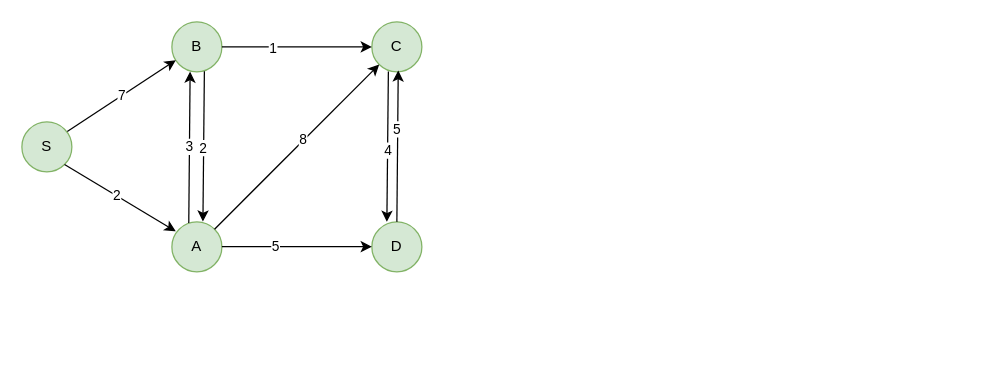
mahendra49/draw-io keeps this draw.io diagram as Dijktras.drawio. Above is the earlier version. Source tidied: cells renumbered, new cells numbered last; positions are measured from the earlier drawing's top-left corner, leaving out a move shared by most shapes. Both pictures are drawn from the tidied source at 125%, with x=0, y=0 at pixel (21, 21).
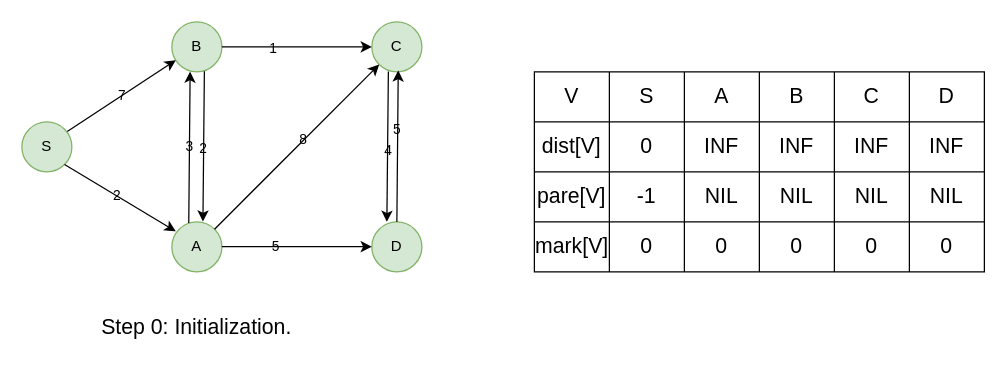
Above is the later version.

Diff of the diagram source:
```diff
@@
-    <mxCell id="2" value="S" style="ellipse;whiteSpace=wrap;html=1;fillColor=#d5e8d4;strokeColor=#82b366;" parent="1" vertex="1">
+    <mxCell id="2" value="S" style="ellipse;whiteSpace=wrap;html=1;fillColor=#d5e8d4;strokeColor=#82b366;labelBackgroundColor=none;" parent="1" vertex="1">
       <mxGeometry y="80" width="40" height="40" as="geometry" />
     </mxCell>
-    <mxCell id="3" value="B" style="ellipse;whiteSpace=wrap;html=1;fillColor=#d5e8d4;strokeColor=#82b366;" parent="1" vertex="1">
+    <mxCell id="3" value="B" style="ellipse;whiteSpace=wrap;html=1;fillColor=#d5e8d4;strokeColor=#82b366;labelBackgroundColor=none;" parent="1" vertex="1">
       <mxGeometry x="120" width="40" height="40" as="geometry" />
     </mxCell>
-    <mxCell id="4" value="A" style="ellipse;whiteSpace=wrap;html=1;fillColor=#d5e8d4;strokeColor=#82b366;" parent="1" vertex="1">
+    <mxCell id="4" value="A" style="ellipse;whiteSpace=wrap;html=1;fillColor=#d5e8d4;strokeColor=#82b366;labelBackgroundColor=none;" parent="1" vertex="1">
       <mxGeometry x="120" y="160" width="40" height="40" as="geometry" />
     </mxCell>
-    <mxCell id="5" value="C" style="ellipse;whiteSpace=wrap;html=1;fillColor=#d5e8d4;strokeColor=#82b366;" parent="1" vertex="1">
+    <mxCell id="5" value="C" style="ellipse;whiteSpace=wrap;html=1;fillColor=#d5e8d4;strokeColor=#82b366;labelBackgroundColor=none;" parent="1" vertex="1">
       <mxGeometry x="280" width="40" height="40" as="geometry" />
     </mxCell>
-    <mxCell id="6" value="D" style="ellipse;whiteSpace=wrap;html=1;fillColor=#d5e8d4;strokeColor=#82b366;" parent="1" vertex="1">
+    <mxCell id="6" value="D" style="ellipse;whiteSpace=wrap;html=1;fillColor=#d5e8d4;strokeColor=#82b366;labelBackgroundColor=none;" parent="1" vertex="1">
       <mxGeometry x="280" y="160" width="40" height="40" as="geometry" />
     </mxCell>
-    <mxCell id="7" value="7" style="endArrow=classic;html=1;rounded=0;entryX=0.079;entryY=0.766;entryDx=0;entryDy=0;entryPerimeter=0;exitX=0.908;exitY=0.194;exitDx=0;exitDy=0;exitPerimeter=0;" parent="1" edge="1" source="2" target="3">
+    <mxCell id="7" value="7" style="endArrow=classic;html=1;rounded=0;entryX=0.079;entryY=0.766;entryDx=0;entryDy=0;entryPerimeter=0;exitX=0.908;exitY=0.194;exitDx=0;exitDy=0;exitPerimeter=0;labelBackgroundColor=none;" parent="1" edge="1" source="2" target="3">
       <mxGeometry relative="1" as="geometry" />
     </mxCell>
-    <mxCell id="8" style="endArrow=classic;html=1;rounded=0;entryX=0.078;entryY=0.188;entryDx=0;entryDy=0;entryPerimeter=0;exitX=1;exitY=1;exitDx=0;exitDy=0;" parent="1" edge="1" source="2" target="4">
+    <mxCell id="8" style="endArrow=classic;html=1;rounded=0;entryX=0.078;entryY=0.188;entryDx=0;entryDy=0;entryPerimeter=0;exitX=1;exitY=1;exitDx=0;exitDy=0;labelBackgroundColor=none;" parent="1" edge="1" source="2" target="4">
       <mxGeometry relative="1" as="geometry" />
     </mxCell>
-    <mxCell id="9" value="2" style="edgeLabel;html=1;align=center;verticalAlign=middle;" parent="8" vertex="1">
+    <mxCell id="9" value="2" style="edgeLabel;html=1;align=center;verticalAlign=middle;labelBackgroundColor=none;" parent="8" vertex="1">
       <mxGeometry x="-0.07" relative="1" as="geometry" />
     </mxCell>
-    <mxCell id="10" style="endArrow=classic;html=1;rounded=0;exitX=0.65;exitY=0.988;exitDx=0;exitDy=0;exitPerimeter=0;entryX=0.621;entryY=-0.005;entryDx=0;entryDy=0;entryPerimeter=0;" parent="1" edge="1" source="3" target="4">
+    <mxCell id="10" style="endArrow=classic;html=1;rounded=0;exitX=0.65;exitY=0.988;exitDx=0;exitDy=0;exitPerimeter=0;entryX=0.621;entryY=-0.005;entryDx=0;entryDy=0;entryPerimeter=0;labelBackgroundColor=none;" parent="1" edge="1" source="3" target="4">
       <mxGeometry relative="1" as="geometry" />
     </mxCell>
-    <mxCell id="11" value="2" style="edgeLabel;html=1;align=center;verticalAlign=middle;" parent="10" vertex="1">
+    <mxCell id="11" value="2" style="edgeLabel;html=1;align=center;verticalAlign=middle;labelBackgroundColor=none;" parent="10" vertex="1">
       <mxGeometry x="0.01" y="-1" relative="1" as="geometry" />
     </mxCell>
-    <mxCell id="12" style="endArrow=classic;html=1;rounded=0;entryX=0.365;entryY=0.994;entryDx=0;entryDy=0;entryPerimeter=0;exitX=0.338;exitY=0.024;exitDx=0;exitDy=0;exitPerimeter=0;" parent="1" edge="1" source="4" target="3">
+    <mxCell id="12" style="endArrow=classic;html=1;rounded=0;entryX=0.365;entryY=0.994;entryDx=0;entryDy=0;entryPerimeter=0;exitX=0.338;exitY=0.024;exitDx=0;exitDy=0;exitPerimeter=0;labelBackgroundColor=none;" parent="1" edge="1" source="4" target="3">
       <mxGeometry relative="1" as="geometry" />
     </mxCell>
-    <mxCell id="13" value="3" style="edgeLabel;html=1;align=center;verticalAlign=middle;" parent="12" vertex="1">
+    <mxCell id="13" value="3" style="edgeLabel;html=1;align=center;verticalAlign=middle;labelBackgroundColor=none;" parent="12" vertex="1">
       <mxGeometry x="0.01" y="1" relative="1" as="geometry" />
     </mxCell>
-    <mxCell id="14" style="endArrow=classic;html=1;rounded=0;entryX=0;entryY=0.5;entryDx=0;entryDy=0;exitX=1;exitY=0.5;exitDx=0;exitDy=0;" parent="1" edge="1" source="3" target="5">
+    <mxCell id="14" style="endArrow=classic;html=1;rounded=0;entryX=0;entryY=0.5;entryDx=0;entryDy=0;exitX=1;exitY=0.5;exitDx=0;exitDy=0;labelBackgroundColor=none;" parent="1" edge="1" source="3" target="5">
       <mxGeometry relative="1" as="geometry" />
     </mxCell>
-    <mxCell id="15" value="1" style="edgeLabel;html=1;align=center;verticalAlign=middle;" parent="14" vertex="1">
+    <mxCell id="15" value="1" style="edgeLabel;html=1;align=center;verticalAlign=middle;labelBackgroundColor=none;" parent="14" vertex="1">
       <mxGeometry x="-0.33" relative="1" as="geometry" />
     </mxCell>
-    <mxCell id="16" style="endArrow=classic;html=1;rounded=0;entryX=0;entryY=0.5;entryDx=0;entryDy=0;exitX=1;exitY=0.5;exitDx=0;exitDy=0;" parent="1" edge="1">
+    <mxCell id="16" style="endArrow=classic;html=1;rounded=0;entryX=0;entryY=0.5;entryDx=0;entryDy=0;exitX=1;exitY=0.5;exitDx=0;exitDy=0;labelBackgroundColor=none;" parent="1" edge="1">
       <mxGeometry relative="1" as="geometry">
         <mxPoint x="160" y="179.8" as="sourcePoint" />
         <mxPoint x="280" y="179.8" as="targetPoint" />
       </mxGeometry>
     </mxCell>
-    <mxCell id="17" value="5" style="edgeLabel;html=1;align=center;verticalAlign=middle;" parent="16" vertex="1">
+    <mxCell id="17" value="5" style="edgeLabel;html=1;align=center;verticalAlign=middle;labelBackgroundColor=none;" parent="16" vertex="1">
       <mxGeometry x="-0.3" relative="1" as="geometry" />
     </mxCell>
-    <mxCell id="18" style="endArrow=classic;html=1;rounded=0;exitX=1;exitY=0;exitDx=0;exitDy=0;entryX=0;entryY=1;entryDx=0;entryDy=0;" parent="1" edge="1" source="4" target="5">
+    <mxCell id="18" style="endArrow=classic;html=1;rounded=0;exitX=1;exitY=0;exitDx=0;exitDy=0;entryX=0;entryY=1;entryDx=0;entryDy=0;labelBackgroundColor=none;" parent="1" edge="1" source="4" target="5">
       <mxGeometry relative="1" as="geometry" />
     </mxCell>
-    <mxCell id="19" value="8" style="edgeLabel;html=1;align=center;verticalAlign=middle;" parent="18" vertex="1">
+    <mxCell id="19" value="8" style="edgeLabel;html=1;align=center;verticalAlign=middle;labelBackgroundColor=none;" parent="18" vertex="1">
       <mxGeometry x="0.08" y="1" relative="1" as="geometry" />
     </mxCell>
-    <mxCell id="20" style="endArrow=classic;html=1;rounded=0;exitX=0.65;exitY=0.988;exitDx=0;exitDy=0;exitPerimeter=0;entryX=0.621;entryY=-0.005;entryDx=0;entryDy=0;entryPerimeter=0;" parent="1" edge="1">
+    <mxCell id="20" style="endArrow=classic;html=1;rounded=0;exitX=0.65;exitY=0.988;exitDx=0;exitDy=0;exitPerimeter=0;entryX=0.621;entryY=-0.005;entryDx=0;entryDy=0;entryPerimeter=0;labelBackgroundColor=none;" parent="1" edge="1">
       <mxGeometry relative="1" as="geometry">
         <mxPoint x="293.2" y="39.7" as="sourcePoint" />
         <mxPoint x="292" y="160" as="targetPoint" />
       </mxGeometry>
     </mxCell>
-    <mxCell id="21" value="4" style="edgeLabel;html=1;align=center;verticalAlign=middle;" parent="20" vertex="1">
+    <mxCell id="21" value="4" style="edgeLabel;html=1;align=center;verticalAlign=middle;labelBackgroundColor=none;" parent="20" vertex="1">
       <mxGeometry x="0.05" relative="1" as="geometry" />
     </mxCell>
-    <mxCell id="22" style="endArrow=classic;html=1;rounded=0;entryX=0.365;entryY=0.994;entryDx=0;entryDy=0;entryPerimeter=0;exitX=0.338;exitY=0.024;exitDx=0;exitDy=0;exitPerimeter=0;" parent="1" edge="1">
+    <mxCell id="22" style="endArrow=classic;html=1;rounded=0;entryX=0.365;entryY=0.994;entryDx=0;entryDy=0;entryPerimeter=0;exitX=0.338;exitY=0.024;exitDx=0;exitDy=0;exitPerimeter=0;labelBackgroundColor=none;" parent="1" edge="1">
       <mxGeometry relative="1" as="geometry">
         <mxPoint x="300" y="160" as="sourcePoint" />
         <mxPoint x="301.1" y="38.8" as="targetPoint" />
       </mxGeometry>
     </mxCell>
-    <mxCell id="23" value="5" style="edgeLabel;html=1;align=center;verticalAlign=middle;" parent="22" vertex="1">
+    <mxCell id="23" value="5" style="edgeLabel;html=1;align=center;verticalAlign=middle;labelBackgroundColor=none;" parent="22" vertex="1">
       <mxGeometry x="0.22" y="1" relative="1" as="geometry" />
     </mxCell>
+    <mxCell id="24" value="&lt;font style=&quot;font-size: 17px&quot;&gt;Step 0: Initialization.&lt;/font&gt;" style="text;html=1;strokeColor=none;fillColor=none;align=center;verticalAlign=middle;whiteSpace=wrap;rounded=0;labelBackgroundColor=none;" parent="1" vertex="1">
+      <mxGeometry x="15" y="230" width="250" height="30" as="geometry" />
+    </mxCell>
+    <mxCell id="25" style="shape=table;html=1;whiteSpace=wrap;startSize=0;childLayout=tableLayout;labelBackgroundColor=none;labelBorderColor=none;fontSize=17;fontColor=default;strokeColor=default;fillColor=none;" parent="1" vertex="1">
+      <mxGeometry x="410" y="40" width="360" height="160" as="geometry" />
+    </mxCell>
+    <mxCell id="26" style="shape=tableRow;horizontal=0;startSize=0;swimlaneHead=0;swimlaneBody=0;top=0;left=0;bottom=0;right=0;fillColor=none;labelBackgroundColor=none;labelBorderColor=none;fontSize=17;fontColor=default;strokeColor=default;" parent="25" vertex="1">
+      <mxGeometry width="360" height="40" as="geometry" />
+    </mxCell>
+    <mxCell id="27" value="V " style="shape=partialRectangle;html=1;whiteSpace=wrap;fillColor=none;top=0;left=0;bottom=0;right=0;overflow=hidden;labelBackgroundColor=none;labelBorderColor=none;fontSize=17;fontColor=default;strokeColor=default;" parent="26" vertex="1">
+      <mxGeometry width="60" height="40" as="geometry" />
+    </mxCell>
+    <mxCell id="28" value="S" style="shape=partialRectangle;html=1;whiteSpace=wrap;fillColor=none;top=0;left=0;bottom=0;right=0;overflow=hidden;labelBackgroundColor=none;labelBorderColor=none;fontSize=17;fontColor=default;strokeColor=default;" parent="26" vertex="1">
+      <mxGeometry x="60" width="60" height="40" as="geometry" />
+    </mxCell>
+    <mxCell id="29" value="A" style="shape=partialRectangle;html=1;whiteSpace=wrap;fillColor=none;top=0;left=0;bottom=0;right=0;overflow=hidden;labelBackgroundColor=none;labelBorderColor=none;fontSize=17;fontColor=default;strokeColor=default;" parent="26" vertex="1">
+      <mxGeometry x="120" width="60" height="40" as="geometry" />
+    </mxCell>
+    <mxCell id="30" value="B" style="shape=partialRectangle;html=1;whiteSpace=wrap;fillColor=none;top=0;left=0;bottom=0;right=0;overflow=hidden;labelBackgroundColor=none;labelBorderColor=none;fontSize=17;fontColor=default;strokeColor=default;" parent="26" vertex="1">
+      <mxGeometry x="180" width="60" height="40" as="geometry" />
+    </mxCell>
+    <mxCell id="31" value="C" style="shape=partialRectangle;html=1;whiteSpace=wrap;fillColor=none;top=0;left=0;bottom=0;right=0;overflow=hidden;labelBackgroundColor=none;labelBorderColor=none;fontSize=17;fontColor=default;strokeColor=default;" parent="26" vertex="1">
+      <mxGeometry x="240" width="60" height="40" as="geometry" />
+    </mxCell>
+    <mxCell id="32" value="D" style="shape=partialRectangle;html=1;whiteSpace=wrap;fillColor=none;top=0;left=0;bottom=0;right=0;overflow=hidden;labelBackgroundColor=none;labelBorderColor=none;fontSize=17;fontColor=default;strokeColor=default;" parent="26" vertex="1">
+      <mxGeometry x="300" width="60" height="40" as="geometry" />
+    </mxCell>
+    <mxCell id="33" style="shape=tableRow;horizontal=0;startSize=0;swimlaneHead=0;swimlaneBody=0;top=0;left=0;bottom=0;right=0;fillColor=none;labelBackgroundColor=none;labelBorderColor=none;fontSize=17;fontColor=default;strokeColor=default;" parent="25" vertex="1">
+      <mxGeometry y="40" width="360" height="40" as="geometry" />
+    </mxCell>
+    <mxCell id="34" value="dist[V]" style="shape=partialRectangle;html=1;whiteSpace=wrap;fillColor=none;top=0;left=0;bottom=0;right=0;overflow=hidden;labelBackgroundColor=none;labelBorderColor=none;fontSize=17;fontColor=default;strokeColor=default;" parent="33" vertex="1">
+      <mxGeometry width="60" height="40" as="geometry" />
+    </mxCell>
+    <mxCell id="35" value="0" style="shape=partialRectangle;html=1;whiteSpace=wrap;fillColor=none;top=0;left=0;bottom=0;right=0;overflow=hidden;labelBackgroundColor=none;labelBorderColor=none;fontSize=17;fontColor=default;strokeColor=default;" parent="33" vertex="1">
+      <mxGeometry x="60" width="60" height="40" as="geometry" />
+    </mxCell>
+    <mxCell id="36" value="INF" style="shape=partialRectangle;html=1;whiteSpace=wrap;fillColor=none;top=0;left=0;bottom=0;right=0;overflow=hidden;labelBackgroundColor=none;labelBorderColor=none;fontSize=17;fontColor=default;strokeColor=default;" parent="33" vertex="1">
+      <mxGeometry x="120" width="60" height="40" as="geometry" />
+    </mxCell>
+    <mxCell id="37" value="INF" style="shape=partialRectangle;html=1;whiteSpace=wrap;fillColor=none;top=0;left=0;bottom=0;right=0;overflow=hidden;labelBackgroundColor=none;labelBorderColor=none;fontSize=17;fontColor=default;strokeColor=default;" parent="33" vertex="1">
+      <mxGeometry x="180" width="60" height="40" as="geometry" />
+    </mxCell>
+    <mxCell id="38" value="INF" style="shape=partialRectangle;html=1;whiteSpace=wrap;fillColor=none;top=0;left=0;bottom=0;right=0;overflow=hidden;labelBackgroundColor=none;labelBorderColor=none;fontSize=17;fontColor=default;strokeColor=default;" parent="33" vertex="1">
+      <mxGeometry x="240" width="60" height="40" as="geometry" />
+    </mxCell>
+    <mxCell id="39" value="INF" style="shape=partialRectangle;html=1;whiteSpace=wrap;fillColor=none;top=0;left=0;bottom=0;right=0;overflow=hidden;labelBackgroundColor=none;labelBorderColor=none;fontSize=17;fontColor=default;strokeColor=default;" parent="33" vertex="1">
+      <mxGeometry x="300" width="60" height="40" as="geometry" />
+    </mxCell>
+    <mxCell id="40" style="shape=tableRow;horizontal=0;startSize=0;swimlaneHead=0;swimlaneBody=0;top=0;left=0;bottom=0;right=0;fillColor=none;labelBackgroundColor=none;labelBorderColor=none;fontSize=17;fontColor=default;strokeColor=default;" parent="25" vertex="1">
+      <mxGeometry y="80" width="360" height="40" as="geometry" />
+    </mxCell>
+    <mxCell id="41" value="pare[V]" style="shape=partialRectangle;html=1;whiteSpace=wrap;fillColor=none;top=0;left=0;bottom=0;right=0;overflow=hidden;labelBackgroundColor=none;labelBorderColor=none;fontSize=17;fontColor=default;strokeColor=default;" parent="40" vertex="1">
+      <mxGeometry width="60" height="40" as="geometry" />
+    </mxCell>
+    <mxCell id="42" value="-1" style="shape=partialRectangle;html=1;whiteSpace=wrap;fillColor=none;top=0;left=0;bottom=0;right=0;overflow=hidden;labelBackgroundColor=none;labelBorderColor=none;fontSize=17;fontColor=default;strokeColor=default;" parent="40" vertex="1">
+      <mxGeometry x="60" width="60" height="40" as="geometry" />
+    </mxCell>
+    <mxCell id="43" value="NIL" style="shape=partialRectangle;html=1;whiteSpace=wrap;fillColor=none;top=0;left=0;bottom=0;right=0;overflow=hidden;labelBackgroundColor=none;labelBorderColor=none;fontSize=17;fontColor=default;strokeColor=default;" parent="40" vertex="1">
+      <mxGeometry x="120" width="60" height="40" as="geometry" />
+    </mxCell>
+    <mxCell id="44" value="NIL" style="shape=partialRectangle;html=1;whiteSpace=wrap;fillColor=none;top=0;left=0;bottom=0;right=0;overflow=hidden;labelBackgroundColor=none;labelBorderColor=none;fontSize=17;fontColor=default;strokeColor=default;" parent="40" vertex="1">
+      <mxGeometry x="180" width="60" height="40" as="geometry" />
+    </mxCell>
+    <mxCell id="45" value="NIL" style="shape=partialRectangle;html=1;whiteSpace=wrap;fillColor=none;top=0;left=0;bottom=0;right=0;overflow=hidden;labelBackgroundColor=none;labelBorderColor=none;fontSize=17;fontColor=default;strokeColor=default;" parent="40" vertex="1">
+      <mxGeometry x="240" width="60" height="40" as="geometry" />
+    </mxCell>
+    <mxCell id="46" value="NIL" style="shape=partialRectangle;html=1;whiteSpace=wrap;fillColor=none;top=0;left=0;bottom=0;right=0;overflow=hidden;labelBackgroundColor=none;labelBorderColor=none;fontSize=17;fontColor=default;strokeColor=default;" parent="40" vertex="1">
+      <mxGeometry x="300" width="60" height="40" as="geometry" />
+    </mxCell>
+    <mxCell id="47" style="shape=tableRow;horizontal=0;startSize=0;swimlaneHead=0;swimlaneBody=0;top=0;left=0;bottom=0;right=0;fillColor=none;labelBackgroundColor=none;labelBorderColor=none;fontSize=17;fontColor=default;strokeColor=default;" parent="25" vertex="1">
+      <mxGeometry y="120" width="360" height="40" as="geometry" />
+    </mxCell>
+    <mxCell id="48" value="mark[V]" style="shape=partialRectangle;html=1;whiteSpace=wrap;fillColor=none;top=0;left=0;bottom=0;right=0;overflow=hidden;labelBackgroundColor=none;labelBorderColor=none;fontSize=17;fontColor=default;strokeColor=default;" parent="47" vertex="1">
+      <mxGeometry width="60" height="40" as="geometry" />
+    </mxCell>
+    <mxCell id="49" value="0" style="shape=partialRectangle;html=1;whiteSpace=wrap;fillColor=none;top=0;left=0;bottom=0;right=0;overflow=hidden;labelBackgroundColor=none;labelBorderColor=none;fontSize=17;fontColor=default;strokeColor=default;" parent="47" vertex="1">
+      <mxGeometry x="60" width="60" height="40" as="geometry" />
+    </mxCell>
+    <mxCell id="50" value="0" style="shape=partialRectangle;html=1;whiteSpace=wrap;fillColor=none;top=0;left=0;bottom=0;right=0;overflow=hidden;labelBackgroundColor=none;labelBorderColor=none;fontSize=17;fontColor=default;strokeColor=default;" parent="47" vertex="1">
+      <mxGeometry x="120" width="60" height="40" as="geometry" />
+    </mxCell>
+    <mxCell id="51" value="0" style="shape=partialRectangle;html=1;whiteSpace=wrap;fillColor=none;top=0;left=0;bottom=0;right=0;overflow=hidden;labelBackgroundColor=none;labelBorderColor=none;fontSize=17;fontColor=default;strokeColor=default;" parent="47" vertex="1">
+      <mxGeometry x="180" width="60" height="40" as="geometry" />
+    </mxCell>
+    <mxCell id="52" value="0" style="shape=partialRectangle;html=1;whiteSpace=wrap;fillColor=none;top=0;left=0;bottom=0;right=0;overflow=hidden;labelBackgroundColor=none;labelBorderColor=none;fontSize=17;fontColor=default;strokeColor=default;" parent="47" vertex="1">
+      <mxGeometry x="240" width="60" height="40" as="geometry" />
+    </mxCell>
+    <mxCell id="53" value="0" style="shape=partialRectangle;html=1;whiteSpace=wrap;fillColor=none;top=0;left=0;bottom=0;right=0;overflow=hidden;labelBackgroundColor=none;labelBorderColor=none;fontSize=17;fontColor=default;strokeColor=default;" parent="47" vertex="1">
+      <mxGeometry x="300" width="60" height="40" as="geometry" />
+    </mxCell>
```
